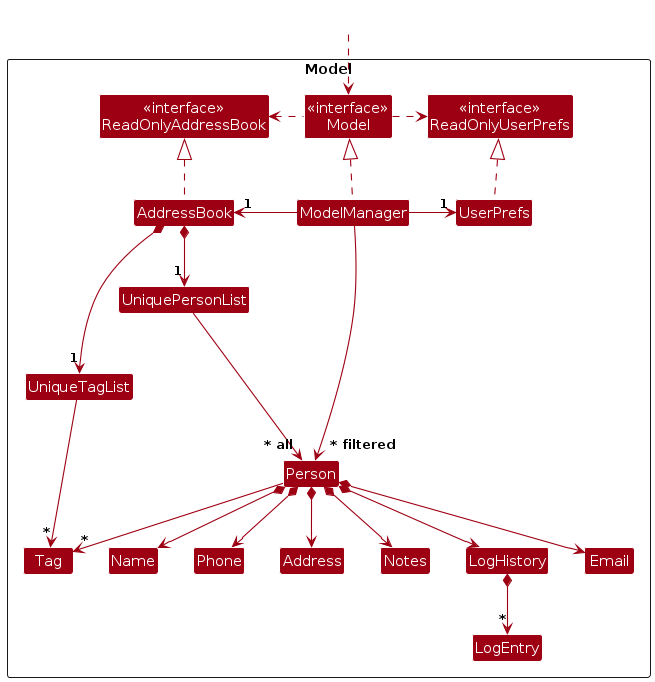
This is diagrams/ModelClassDiagram.png from AY2526S2-CS2103-F09-4/tp, a PlantUML export, as it was before one commit. Its source is kept beside it as diagrams/ModelClassDiagram.puml.
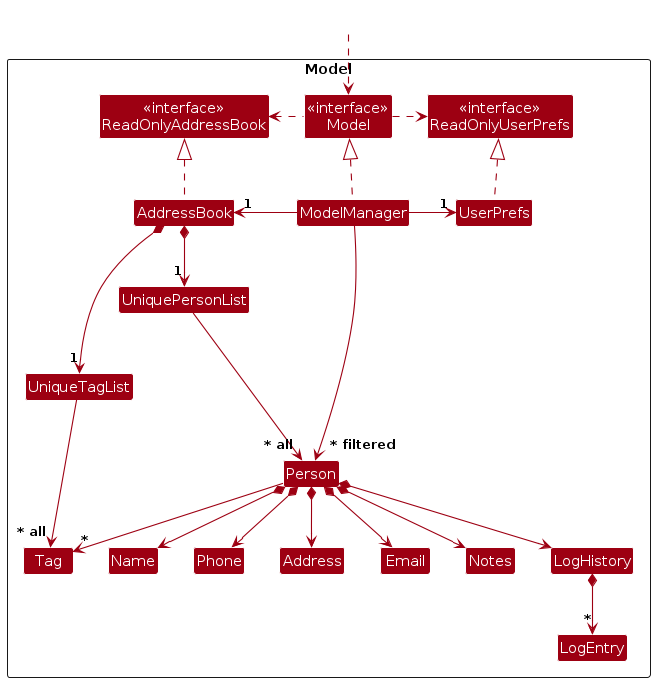
Later version of the same file.

Diff of the diagram source:
```diff
@@ -41,7 +41,7 @@
 
 AddressBook *--> "1" UniquePersonList
 AddressBook *--> "1" UniqueTagList
-UniqueTagList -right-> "*" Tag
+UniqueTagList -right-> "~* all" Tag
 UniquePersonList --> "~* all" Person
 Person *--> Name
 Person *--> Phone
@@ -58,6 +58,8 @@
 Name -[hidden]right-> Phone
 Phone -[hidden]right-> Address
 Address -[hidden]right-> Email
+Email -[hidden]right-> Notes
+Notes -[hidden]right-> LogHistory
 
 ModelManager --> "~* filtered" Person
 @enduml
```
